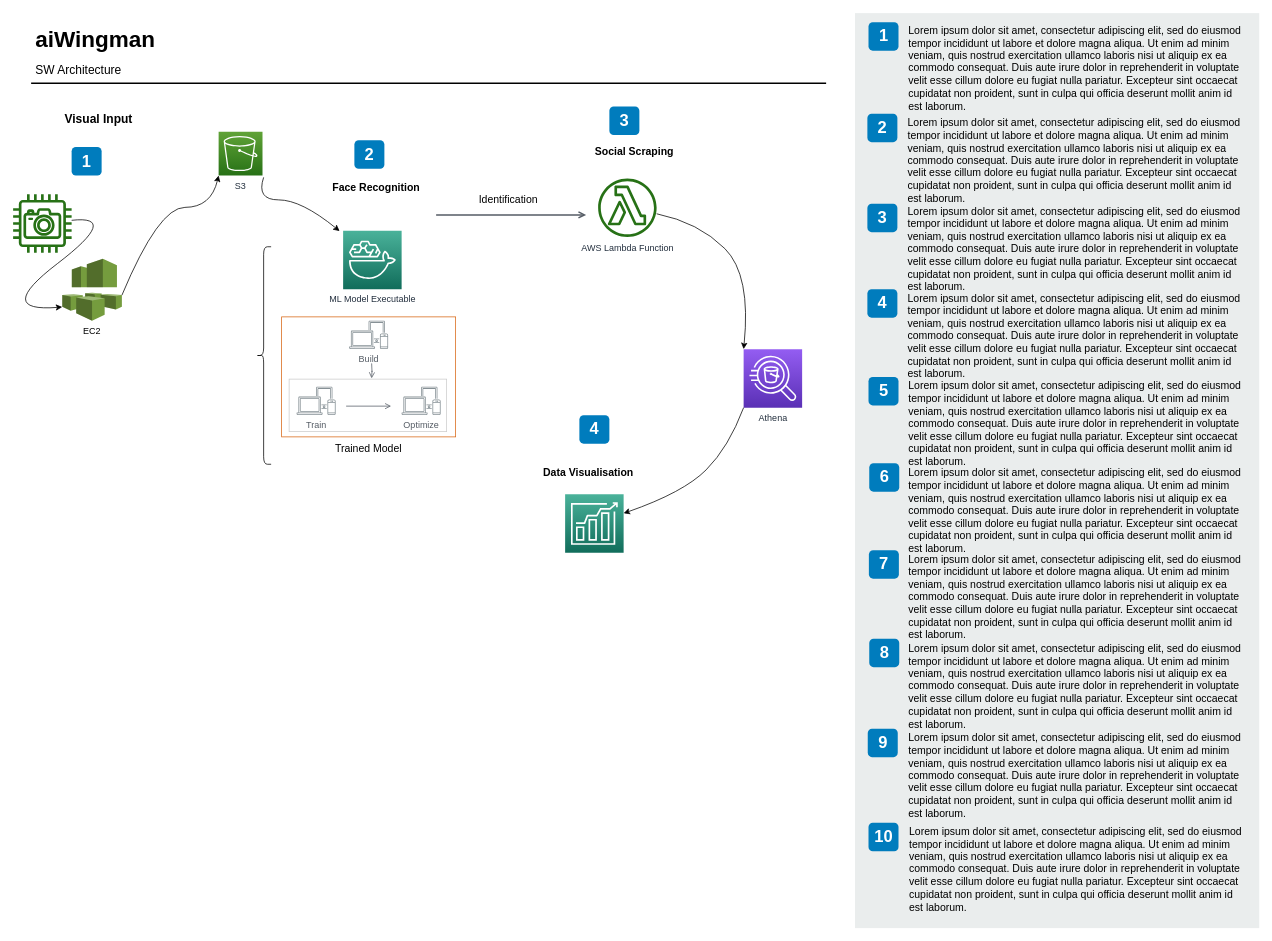
This is aiWingman.drawio from schesa/hacktm2023, a draw.io file, before an edit. Source tidied: cells renumbered, new cells numbered last; positions are measured from the earlier drawing's top-left corner, leaving out a move shared by most shapes. Both pictures are drawn from the tidied source at 75%, with x=0, y=0 at pixel (-7, 13). Pictures stored in the file or linked from it are replaced by grey dashed boxes.
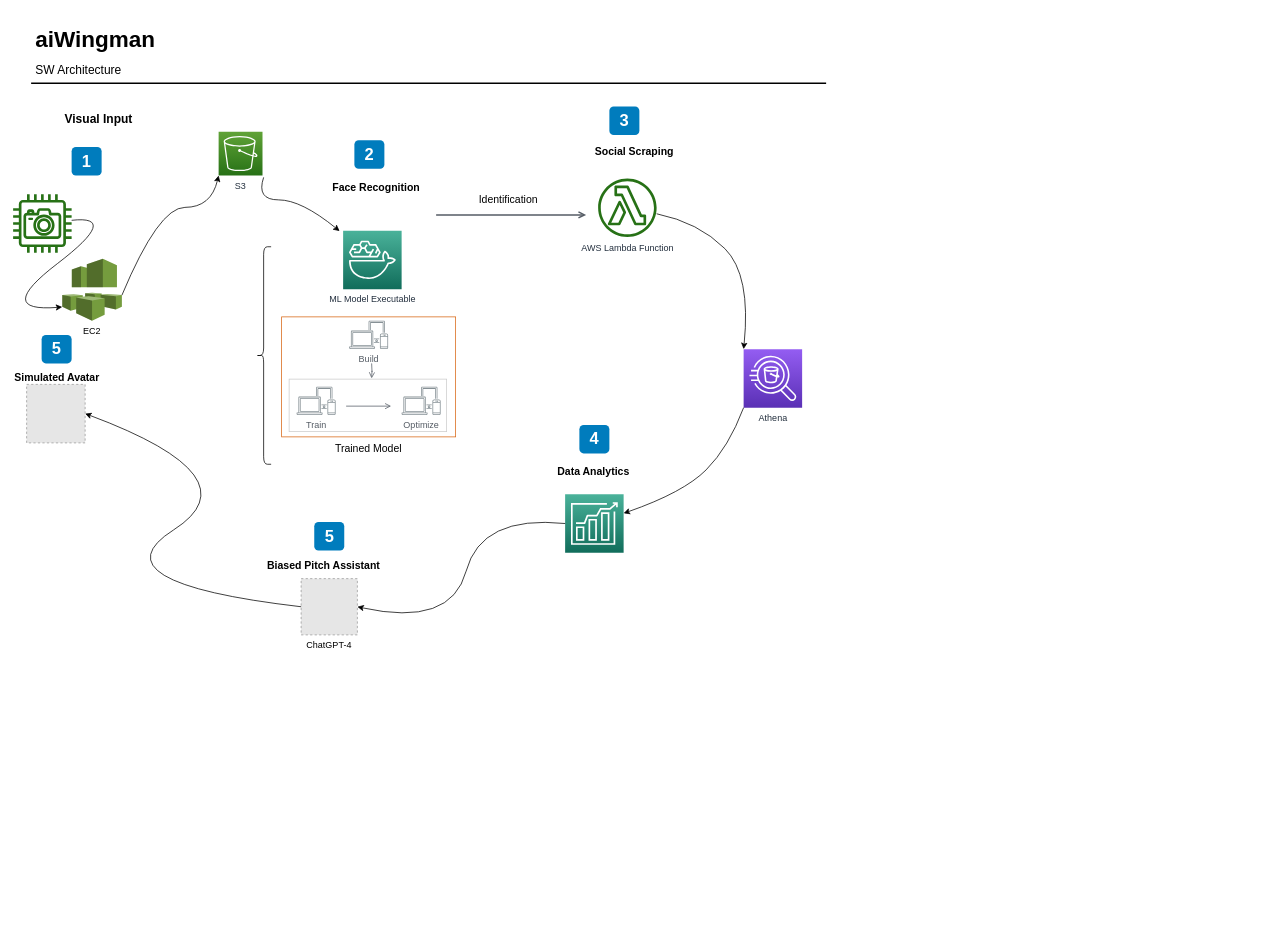
The same page after the edit.

Unchanged cells that the change refers to:
```xml
<mxCell id="49" style="sketch=0;points=[[0,0,0],[0.25,0,0],[0.5,0,0],[0.75,0,0],[1,0,0],[0,1,0],[0.25,1,0],[0.5,1,0],[0.75,1,0],[1,1,0],[0,0.25,0],[0,0.5,0],[0,0.75,0],[1,0.25,0],[1,0.5,0],[1,0.75,0]];outlineConnect=0;fontColor=#232F3E;gradientColor=#4AB29A;gradientDirection=north;fillColor=#116D5B;strokeColor=#ffffff;dashed=0;verticalLabelPosition=bottom;verticalAlign=top;align=center;html=1;fontSize=12;fontStyle=0;shape=mxgraph.aws4.resourceIcon;resIcon=mxgraph.aws4.forecast;" parent="1" vertex="1">
  <mxGeometry x="762" y="641.5" width="78" height="78" as="geometry" />
</mxCell>
```

The edit, as a diff of the source:
```diff
@@
-    <mxCell id="13" style="rounded=0;whiteSpace=wrap;html=1;fillColor=#EAEDED;fontSize=22;fontColor=#FFFFFF;strokeColor=none;labelBackgroundColor=none;" parent="1" vertex="1">
-      <mxGeometry x="1148.5" width="539" height="1220" as="geometry" />
-    </mxCell>
-    <mxCell id="14" value="1" style="rounded=1;whiteSpace=wrap;html=1;fillColor=#007CBD;strokeColor=none;fontColor=#FFFFFF;fontStyle=1;fontSize=22;labelBackgroundColor=none;" parent="1" vertex="1">
-      <mxGeometry x="1166.5" y="12" width="40" height="38" as="geometry" />
-    </mxCell>
-    <mxCell id="15" value="2" style="rounded=1;whiteSpace=wrap;html=1;fillColor=#007CBD;strokeColor=none;fontColor=#FFFFFF;fontStyle=1;fontSize=22;labelBackgroundColor=none;" parent="1" vertex="1">
-      <mxGeometry x="1165" y="134" width="40" height="38" as="geometry" />
-    </mxCell>
-    <mxCell id="16" value="3" style="rounded=1;whiteSpace=wrap;html=1;fillColor=#007CBD;strokeColor=none;fontColor=#FFFFFF;fontStyle=1;fontSize=22;labelBackgroundColor=none;" parent="1" vertex="1">
-      <mxGeometry x="1165" y="254" width="40" height="38" as="geometry" />
-    </mxCell>
-    <mxCell id="17" value="4" style="rounded=1;whiteSpace=wrap;html=1;fillColor=#007CBD;strokeColor=none;fontColor=#FFFFFF;fontStyle=1;fontSize=22;labelBackgroundColor=none;" parent="1" vertex="1">
-      <mxGeometry x="1165" y="368" width="40" height="38" as="geometry" />
-    </mxCell>
-    <mxCell id="18" value="5" style="rounded=1;whiteSpace=wrap;html=1;fillColor=#007CBD;strokeColor=none;fontColor=#FFFFFF;fontStyle=1;fontSize=22;labelBackgroundColor=none;" parent="1" vertex="1">
-      <mxGeometry x="1166.5" y="485" width="40" height="38" as="geometry" />
-    </mxCell>
-    <mxCell id="19" value="6" style="rounded=1;whiteSpace=wrap;html=1;fillColor=#007CBD;strokeColor=none;fontColor=#FFFFFF;fontStyle=1;fontSize=22;labelBackgroundColor=none;" parent="1" vertex="1">
-      <mxGeometry x="1167.5" y="600" width="40" height="38" as="geometry" />
-    </mxCell>
-    <mxCell id="20" value="7" style="rounded=1;whiteSpace=wrap;html=1;fillColor=#007CBD;strokeColor=none;fontColor=#FFFFFF;fontStyle=1;fontSize=22;labelBackgroundColor=none;" parent="1" vertex="1">
-      <mxGeometry x="1167" y="716" width="40" height="38" as="geometry" />
-    </mxCell>
-    <mxCell id="21" value="8" style="rounded=1;whiteSpace=wrap;html=1;fillColor=#007CBD;strokeColor=none;fontColor=#FFFFFF;fontStyle=1;fontSize=22;labelBackgroundColor=none;" parent="1" vertex="1">
-      <mxGeometry x="1167.5" y="834" width="40" height="38" as="geometry" />
-    </mxCell>
-    <mxCell id="22" value="9" style="rounded=1;whiteSpace=wrap;html=1;fillColor=#007CBD;strokeColor=none;fontColor=#FFFFFF;fontStyle=1;fontSize=22;labelBackgroundColor=none;" parent="1" vertex="1">
-      <mxGeometry x="1165.5" y="954" width="40" height="38" as="geometry" />
-    </mxCell>
-    <mxCell id="23" value="&lt;span&gt;Lorem ipsum dolor sit amet, consectetur adipiscing elit, sed do eiusmod tempor incididunt ut labore et dolore magna aliqua. Ut enim ad minim veniam, quis nostrud exercitation ullamco laboris nisi ut aliquip ex ea commodo consequat. Duis aute irure dolor in reprehenderit in voluptate velit esse cillum dolore eu fugiat nulla pariatur. Excepteur sint occaecat cupidatat non proident, sunt in culpa qui officia deserunt mollit anim id est laborum.&lt;/span&gt;&lt;br&gt;" style="text;html=1;align=left;verticalAlign=top;spacingTop=-4;fontSize=14;labelBackgroundColor=none;whiteSpace=wrap;" parent="1" vertex="1">
-      <mxGeometry x="1218" y="11.5" width="449" height="118" as="geometry" />
-    </mxCell>
-    <mxCell id="24" value="&lt;span&gt;Lorem ipsum dolor sit amet, consectetur adipiscing elit, sed do eiusmod tempor incididunt ut labore et dolore magna aliqua. Ut enim ad minim veniam, quis nostrud exercitation ullamco laboris nisi ut aliquip ex ea commodo consequat. Duis aute irure dolor in reprehenderit in voluptate velit esse cillum dolore eu fugiat nulla pariatur. Excepteur sint occaecat cupidatat non proident, sunt in culpa qui officia deserunt mollit anim id est laborum.&lt;/span&gt;&lt;br&gt;" style="text;html=1;align=left;verticalAlign=top;spacingTop=-4;fontSize=14;labelBackgroundColor=none;whiteSpace=wrap;" parent="1" vertex="1">
-      <mxGeometry x="1217" y="134.5" width="450" height="115" as="geometry" />
-    </mxCell>
-    <mxCell id="25" value="&lt;span&gt;Lorem ipsum dolor sit amet, consectetur adipiscing elit, sed do eiusmod tempor incididunt ut labore et dolore magna aliqua. Ut enim ad minim veniam, quis nostrud exercitation ullamco laboris nisi ut aliquip ex ea commodo consequat. Duis aute irure dolor in reprehenderit in voluptate velit esse cillum dolore eu fugiat nulla pariatur. Excepteur sint occaecat cupidatat non proident, sunt in culpa qui officia deserunt mollit anim id est laborum.&lt;/span&gt;&lt;br&gt;" style="text;html=1;align=left;verticalAlign=top;spacingTop=-4;fontSize=14;labelBackgroundColor=none;whiteSpace=wrap;" parent="1" vertex="1">
-      <mxGeometry x="1217" y="252.5" width="450" height="117" as="geometry" />
-    </mxCell>
-    <mxCell id="26" value="&lt;span&gt;Lorem ipsum dolor sit amet, consectetur adipiscing elit, sed do eiusmod tempor incididunt ut labore et dolore magna aliqua. Ut enim ad minim veniam, quis nostrud exercitation ullamco laboris nisi ut aliquip ex ea commodo consequat. Duis aute irure dolor in reprehenderit in voluptate velit esse cillum dolore eu fugiat nulla pariatur. Excepteur sint occaecat cupidatat non proident, sunt in culpa qui officia deserunt mollit anim id est laborum.&lt;/span&gt;&lt;br&gt;" style="text;html=1;align=left;verticalAlign=top;spacingTop=-4;fontSize=14;labelBackgroundColor=none;whiteSpace=wrap;" parent="1" vertex="1">
-      <mxGeometry x="1217" y="368.5" width="450" height="121" as="geometry" />
-    </mxCell>
-    <mxCell id="27" value="&lt;span&gt;Lorem ipsum dolor sit amet, consectetur adipiscing elit, sed do eiusmod tempor incididunt ut labore et dolore magna aliqua. Ut enim ad minim veniam, quis nostrud exercitation ullamco laboris nisi ut aliquip ex ea commodo consequat. Duis aute irure dolor in reprehenderit in voluptate velit esse cillum dolore eu fugiat nulla pariatur. Excepteur sint occaecat cupidatat non proident, sunt in culpa qui officia deserunt mollit anim id est laborum.&lt;/span&gt;&lt;br&gt;" style="text;html=1;align=left;verticalAlign=top;spacingTop=-4;fontSize=14;labelBackgroundColor=none;whiteSpace=wrap;" parent="1" vertex="1">
-      <mxGeometry x="1218" y="485.5" width="449" height="114" as="geometry" />
-    </mxCell>
-    <mxCell id="28" value="&lt;span&gt;Lorem ipsum dolor sit amet, consectetur adipiscing elit, sed do eiusmod tempor incididunt ut labore et dolore magna aliqua. Ut enim ad minim veniam, quis nostrud exercitation ullamco laboris nisi ut aliquip ex ea commodo consequat. Duis aute irure dolor in reprehenderit in voluptate velit esse cillum dolore eu fugiat nulla pariatur. Excepteur sint occaecat cupidatat non proident, sunt in culpa qui officia deserunt mollit anim id est laborum.&lt;/span&gt;&lt;br&gt;" style="text;html=1;align=left;verticalAlign=top;spacingTop=-4;fontSize=14;labelBackgroundColor=none;whiteSpace=wrap;" parent="1" vertex="1">
-      <mxGeometry x="1218" y="601.5" width="450" height="118" as="geometry" />
-    </mxCell>
-    <mxCell id="29" value="&lt;span&gt;Lorem ipsum dolor sit amet, consectetur adipiscing elit, sed do eiusmod tempor incididunt ut labore et dolore magna aliqua. Ut enim ad minim veniam, quis nostrud exercitation ullamco laboris nisi ut aliquip ex ea commodo consequat. Duis aute irure dolor in reprehenderit in voluptate velit esse cillum dolore eu fugiat nulla pariatur. Excepteur sint occaecat cupidatat non proident, sunt in culpa qui officia deserunt mollit anim id est laborum.&lt;/span&gt;&lt;br&gt;" style="text;html=1;align=left;verticalAlign=top;spacingTop=-4;fontSize=14;labelBackgroundColor=none;whiteSpace=wrap;" parent="1" vertex="1">
-      <mxGeometry x="1218" y="716.5" width="449" height="113" as="geometry" />
-    </mxCell>
-    <mxCell id="30" value="&lt;span&gt;Lorem ipsum dolor sit amet, consectetur adipiscing elit, sed do eiusmod tempor incididunt ut labore et dolore magna aliqua. Ut enim ad minim veniam, quis nostrud exercitation ullamco laboris nisi ut aliquip ex ea commodo consequat. Duis aute irure dolor in reprehenderit in voluptate velit esse cillum dolore eu fugiat nulla pariatur. Excepteur sint occaecat cupidatat non proident, sunt in culpa qui officia deserunt mollit anim id est laborum.&lt;/span&gt;&lt;br&gt;" style="text;html=1;align=left;verticalAlign=top;spacingTop=-4;fontSize=14;labelBackgroundColor=none;whiteSpace=wrap;" parent="1" vertex="1">
-      <mxGeometry x="1218" y="835.5" width="449" height="124" as="geometry" />
-    </mxCell>
-    <mxCell id="31" value="&lt;span&gt;Lorem ipsum dolor sit amet, consectetur adipiscing elit, sed do eiusmod tempor incididunt ut labore et dolore magna aliqua. Ut enim ad minim veniam, quis nostrud exercitation ullamco laboris nisi ut aliquip ex ea commodo consequat. Duis aute irure dolor in reprehenderit in voluptate velit esse cillum dolore eu fugiat nulla pariatur. Excepteur sint occaecat cupidatat non proident, sunt in culpa qui officia deserunt mollit anim id est laborum.&lt;/span&gt;&lt;br&gt;" style="text;html=1;align=left;verticalAlign=top;spacingTop=-4;fontSize=14;labelBackgroundColor=none;whiteSpace=wrap;" parent="1" vertex="1">
-      <mxGeometry x="1218" y="954.5" width="449" height="115" as="geometry" />
-    </mxCell>
-    <mxCell id="32" value="10" style="rounded=1;whiteSpace=wrap;html=1;fillColor=#007CBD;strokeColor=none;fontColor=#FFFFFF;fontStyle=1;fontSize=22;labelBackgroundColor=none;" parent="1" vertex="1">
-      <mxGeometry x="1166.5" y="1079.5" width="40" height="38" as="geometry" />
-    </mxCell>
-    <mxCell id="33" value="&lt;span&gt;Lorem ipsum dolor sit amet, consectetur adipiscing elit, sed do eiusmod tempor incididunt ut labore et dolore magna aliqua. Ut enim ad minim veniam, quis nostrud exercitation ullamco laboris nisi ut aliquip ex ea commodo consequat. Duis aute irure dolor in reprehenderit in voluptate velit esse cillum dolore eu fugiat nulla pariatur. Excepteur sint occaecat cupidatat non proident, sunt in culpa qui officia deserunt mollit anim id est laborum.&lt;/span&gt;&lt;br&gt;" style="text;html=1;align=left;verticalAlign=top;spacingTop=-4;fontSize=14;labelBackgroundColor=none;whiteSpace=wrap;" parent="1" vertex="1">
-      <mxGeometry x="1219" y="1080" width="449" height="115" as="geometry" />
-    </mxCell>
@@
     <mxCell id="43" value="4" style="rounded=1;whiteSpace=wrap;html=1;fillColor=#007CBD;strokeColor=none;fontColor=#FFFFFF;fontStyle=1;fontSize=22;" parent="1" vertex="1">
-      <mxGeometry x="781" y="536" width="40" height="38" as="geometry" />
+      <mxGeometry x="781" y="549" width="40" height="38" as="geometry" />
     </mxCell>
@@
-    <mxCell id="47" value="Data Visualisation" style="text;html=1;align=left;verticalAlign=top;spacingTop=-4;fontSize=14;fontStyle=1;" parent="1" vertex="1">
-      <mxGeometry x="731" y="601.5" width="140" height="20" as="geometry" />
+    <mxCell id="47" value="Data Analytics" style="text;html=1;align=left;verticalAlign=top;spacingTop=-4;fontSize=14;fontStyle=1;" parent="1" vertex="1">
+      <mxGeometry x="750" y="599.5" width="120" height="20" as="geometry" />
     </mxCell>
@@
+    <mxCell id="55" value="5" style="rounded=1;whiteSpace=wrap;html=1;fillColor=#007CBD;strokeColor=none;fontColor=#FFFFFF;fontStyle=1;fontSize=22;" parent="1" vertex="1">
+      <mxGeometry x="427.5" y="678.5" width="40" height="38" as="geometry" />
+    </mxCell>
+    <mxCell id="56" value="Biased Pitch Assistant" style="text;html=1;align=left;verticalAlign=top;spacingTop=-4;fontSize=14;fontStyle=1;" parent="1" vertex="1">
+      <mxGeometry x="362.5" y="725" width="170" height="20" as="geometry" />
+    </mxCell>
+    <mxCell id="57" value="ChatGPT-4&#10;" style="fillColor=#E6E6E6;strokeColor=#999999;dashed=1;verticalLabelPosition=bottom;labelBackgroundColor=default;verticalAlign=top;" parent="1" vertex="1">
+      <mxGeometry x="410" y="754" width="75" height="75" as="geometry" />
+    </mxCell>
+    <mxCell id="58" style="curved=1;endArrow=classic;html=1;rounded=0;exitX=0;exitY=0.5;exitDx=0;exitDy=0;exitPerimeter=0;entryX=1;entryY=0.5;entryDx=0;entryDy=0;" parent="1" edge="1" source="49" target="57">
+      <mxGeometry relative="1" as="geometry">
+        <Array as="points">
+          <mxPoint x="650" y="669" />
+          <mxPoint x="610" y="819" />
+        </Array>
+      </mxGeometry>
+    </mxCell>
+    <mxCell id="59" value="5" style="rounded=1;whiteSpace=wrap;html=1;fillColor=#007CBD;strokeColor=none;fontColor=#FFFFFF;fontStyle=1;fontSize=22;" parent="1" vertex="1">
+      <mxGeometry x="64" y="429" width="40" height="38" as="geometry" />
+    </mxCell>
+    <mxCell id="60" value="Simulated Avatar&lt;br&gt;" style="text;html=1;align=left;verticalAlign=top;spacingTop=-4;fontSize=14;fontStyle=1;" parent="1" vertex="1">
+      <mxGeometry x="26" y="475" width="140" height="20" as="geometry" />
+    </mxCell>
+    <mxCell id="61" style="fillColor=#E6E6E6;strokeColor=#999999;dashed=1;html=1;verticalAlign=top;verticalLabelPosition=bottom;labelBackgroundColor=#ffffff;" parent="1" vertex="1">
+      <mxGeometry x="44" y="495" width="78" height="78" as="geometry" />
+    </mxCell>
+    <mxCell id="62" style="curved=1;endArrow=classic;html=1;rounded=0;exitX=0;exitY=0.5;exitDx=0;exitDy=0;entryX=1;entryY=0.5;entryDx=0;entryDy=0;" parent="1" edge="1" source="57" target="61">
+      <mxGeometry relative="1" as="geometry">
+        <Array as="points">
+          <mxPoint x="130" y="759" />
+          <mxPoint x="350" y="619" />
+        </Array>
+      </mxGeometry>
+    </mxCell>
```
